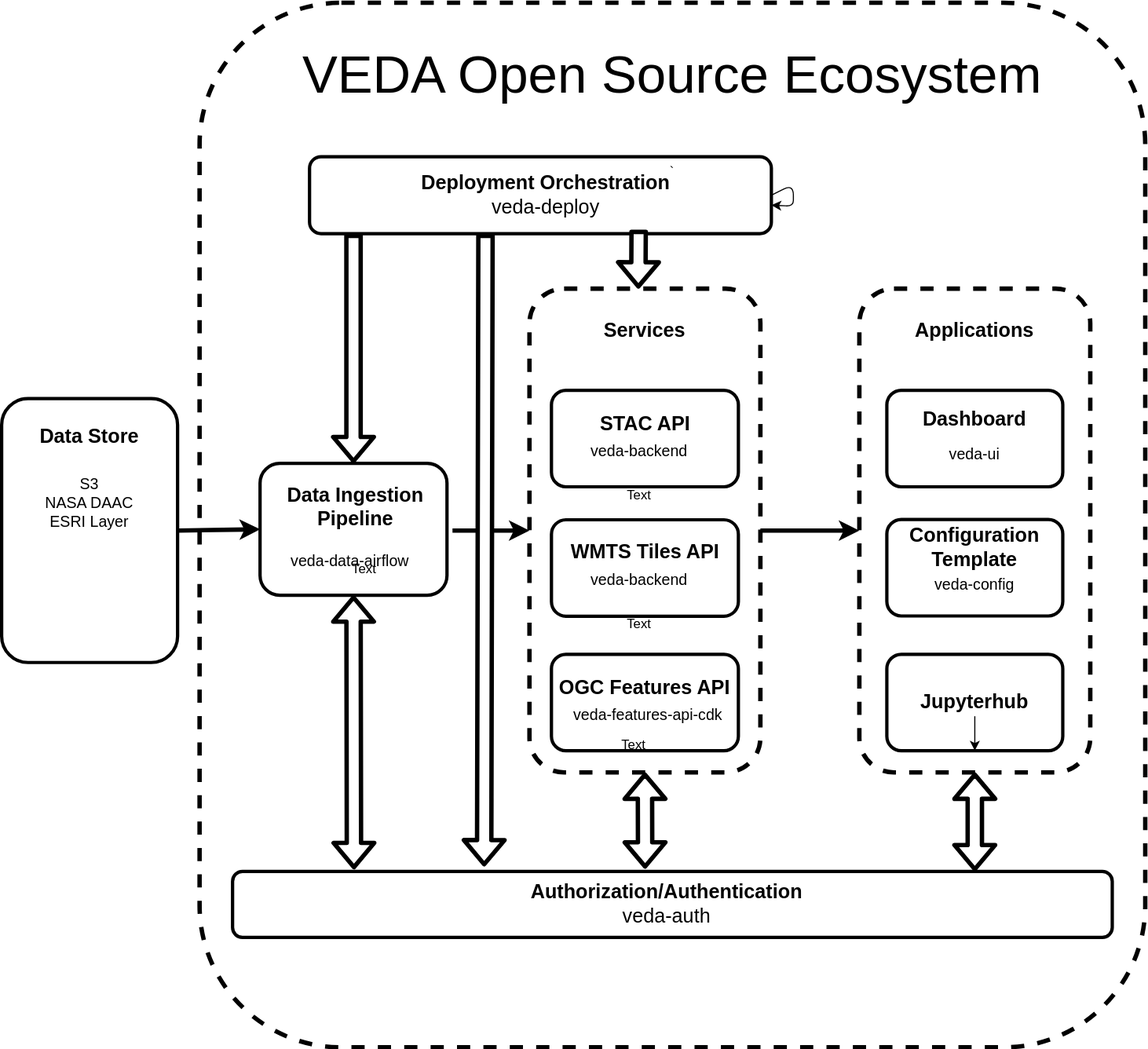
Before: architecture/veda-overview-bw.svg, a diagram exported from draw.io (NASA-IMPACT/veda-docs). Source tidied: cells renumbered, new cells last; positions are measured from the earlier drawing's top-left corner, leaving out a move shared by most shapes.
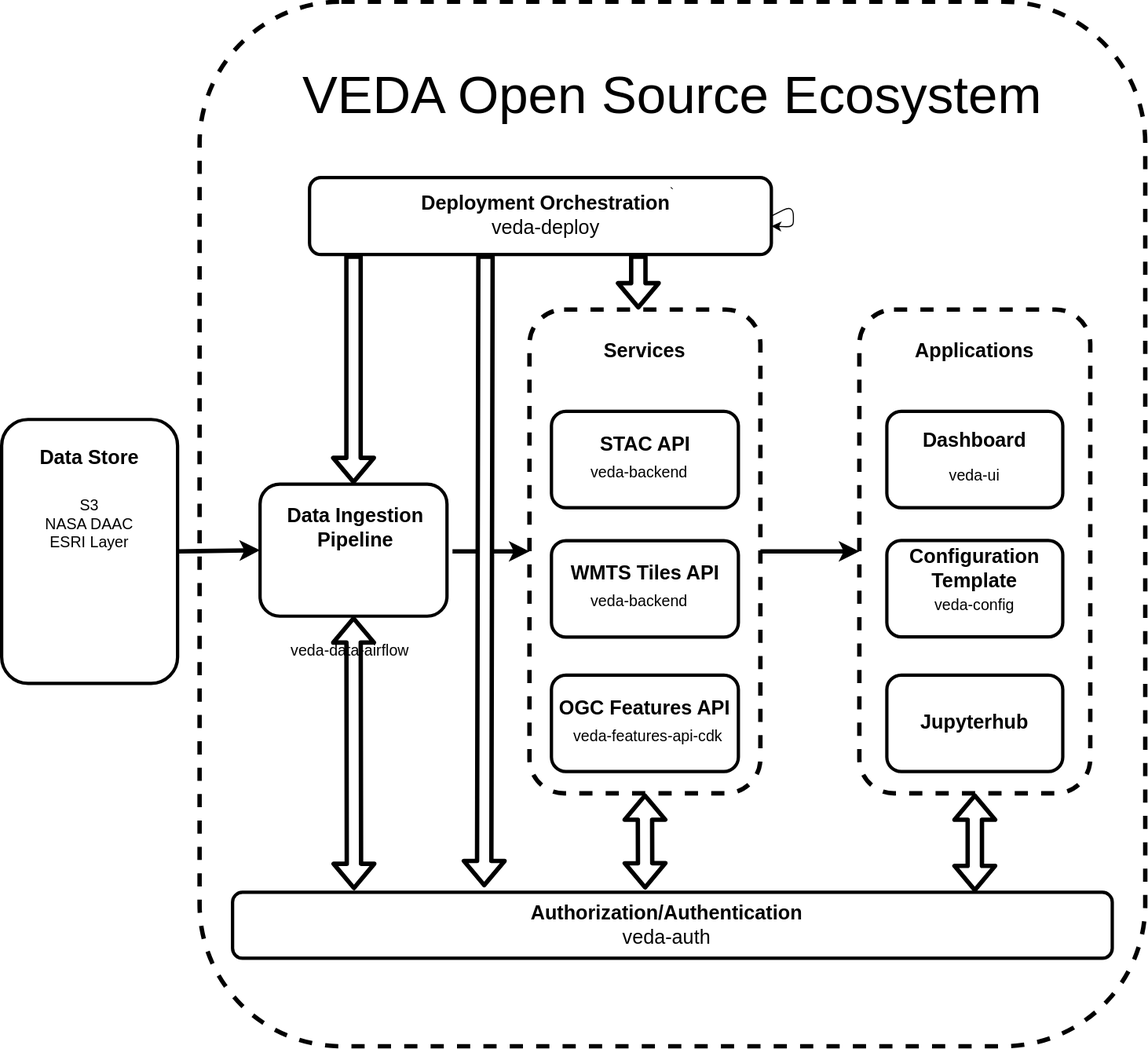
The same file after the commit.

Commit message:
remove stray textboxes

Diff of the diagram source:
```diff
@@ -2,6 +2,12 @@
   <root>
     <mxCell id="0" />
     <mxCell id="1" parent="0" />
+    <mxCell id="12" style="rounded=1;whiteSpace=wrap;html=1;fillColor=none;strokeWidth=3;strokeColor=#000000;" parent="1" vertex="1">
+      <mxGeometry x="235" y="418.9" width="170" height="120" as="geometry" />
+    </mxCell>
+    <mxCell id="51" style="rounded=1;whiteSpace=wrap;html=1;dashed=1;strokeColor=#000000;strokeWidth=4;fontSize=16;fillColor=none;" parent="1" vertex="1">
+      <mxGeometry x="180" y="-20" width="860" height="950" as="geometry" />
+    </mxCell>
     <mxCell id="2" style="rounded=1;whiteSpace=wrap;html=1;dashed=1;fontSize=14;fillColor=none;strokeColor=#000000;strokeWidth=4;" parent="1" vertex="1">
       <mxGeometry x="480" y="260" width="210" height="440" as="geometry" />
     </mxCell>
@@ -14,9 +20,6 @@
     <mxCell id="5" value="&lt;font color=&quot;#000000&quot; style=&quot;font-size: 18px;&quot;&gt;Authorization/Authentication&lt;br&gt;&lt;span style=&quot;font-weight: normal;&quot;&gt;veda-auth&lt;/span&gt;&lt;/font&gt;" style="text;html=1;strokeColor=none;fillColor=none;align=center;verticalAlign=middle;whiteSpace=wrap;rounded=0;strokeWidth=3;fontSize=14;fontStyle=1;" parent="3" vertex="1">
       <mxGeometry x="-120" y="15" width="789.9" height="30" as="geometry" />
     </mxCell>
-    <mxCell id="6" value="Text" style="text;html=1;strokeColor=none;fillColor=none;align=center;verticalAlign=middle;whiteSpace=wrap;rounded=0;" parent="1" vertex="1">
-      <mxGeometry x="300" y="500" width="60" height="30" as="geometry" />
-    </mxCell>
     <mxCell id="7" value="&lt;font color=&quot;#000000&quot; style=&quot;font-size: 18px;&quot;&gt;Services&lt;/font&gt;" style="text;html=1;strokeColor=none;fillColor=none;align=center;verticalAlign=middle;whiteSpace=wrap;rounded=0;strokeWidth=21;fontSize=18;fontStyle=1;" parent="1" vertex="1">
       <mxGeometry x="500" y="275.8" width="170" height="44.4" as="geometry" />
     </mxCell>
@@ -32,18 +35,12 @@
     <mxCell id="11" value="&lt;font color=&quot;#000000&quot; style=&quot;font-size: 14px;&quot;&gt;S3&lt;br&gt;NASA DAAC&lt;br&gt;ESRI Layer&lt;br&gt;&lt;/font&gt;" style="text;html=1;strokeColor=none;fillColor=none;align=center;verticalAlign=middle;whiteSpace=wrap;rounded=0;strokeWidth=3;fontSize=14;" parent="8" vertex="1">
       <mxGeometry x="20" y="80" width="120" height="30" as="geometry" />
     </mxCell>
-    <mxCell id="12" style="rounded=1;whiteSpace=wrap;html=1;fillColor=none;strokeWidth=3;strokeColor=#000000;" parent="1" vertex="1">
-      <mxGeometry x="235" y="418.9" width="170" height="120" as="geometry" />
-    </mxCell>
     <mxCell id="13" value="&lt;font color=&quot;#000000&quot; style=&quot;font-size: 18px;&quot;&gt;Data Ingestion Pipeline&lt;/font&gt;" style="text;html=1;strokeColor=none;fillColor=none;align=center;verticalAlign=middle;whiteSpace=wrap;rounded=0;strokeWidth=3;fontSize=14;fontStyle=1;" parent="1" vertex="1">
       <mxGeometry x="240" y="446.1" width="164.4" height="25" as="geometry" />
     </mxCell>
     <mxCell id="14" value="&lt;font color=&quot;#000000&quot; style=&quot;font-size: 14px;&quot;&gt;veda-data-airflow&lt;br&gt;&lt;/font&gt;" style="text;html=1;strokeColor=none;fillColor=none;align=center;verticalAlign=middle;whiteSpace=wrap;rounded=0;strokeWidth=3;fontSize=14;" parent="1" vertex="1">
-      <mxGeometry x="240" y="500.8" width="153.8" height="15" as="geometry" />
+      <mxGeometry x="240" y="562" width="153.8" height="15" as="geometry" />
     </mxCell>
-    <mxCell id="15" value="Text" style="text;html=1;strokeColor=none;fillColor=none;align=center;verticalAlign=middle;whiteSpace=wrap;rounded=0;" parent="1" vertex="1">
-      <mxGeometry x="550" y="432.5" width="60" height="30" as="geometry" />
-    </mxCell>
     <mxCell id="16" style="rounded=1;whiteSpace=wrap;html=1;fillColor=none;strokeWidth=3;strokeColor=#000000;" parent="1" vertex="1">
       <mxGeometry x="500" y="352.5" width="170" height="87.7" as="geometry" />
     </mxCell>
@@ -53,9 +50,6 @@
     <mxCell id="18" value="&lt;font color=&quot;#000000&quot; style=&quot;font-size: 14px;&quot;&gt;veda-backend&lt;br&gt;&lt;/font&gt;" style="text;html=1;strokeColor=none;fillColor=none;align=center;verticalAlign=middle;whiteSpace=wrap;rounded=0;strokeWidth=3;fontSize=14;" parent="1" vertex="1">
       <mxGeometry x="515.6" y="400.2" width="127.5" height="15" as="geometry" />
     </mxCell>
-    <mxCell id="19" value="Text" style="text;html=1;strokeColor=none;fillColor=none;align=center;verticalAlign=middle;whiteSpace=wrap;rounded=0;" parent="1" vertex="1">
-      <mxGeometry x="550" y="550.2" width="60" height="30" as="geometry" />
-    </mxCell>
     <mxCell id="20" style="rounded=1;whiteSpace=wrap;html=1;fillColor=none;strokeWidth=3;strokeColor=#000000;" parent="1" vertex="1">
       <mxGeometry x="500" y="470.2" width="170" height="87.7" as="geometry" />
     </mxCell>
@@ -65,9 +59,6 @@
     <mxCell id="22" value="&lt;font color=&quot;#000000&quot; style=&quot;font-size: 14px;&quot;&gt;veda-backend&lt;br&gt;&lt;/font&gt;" style="text;html=1;strokeColor=none;fillColor=none;align=center;verticalAlign=middle;whiteSpace=wrap;rounded=0;strokeWidth=3;fontSize=14;" parent="1" vertex="1">
       <mxGeometry x="515.6" y="517.9" width="127.5" height="15" as="geometry" />
     </mxCell>
-    <mxCell id="23" value="Text" style="text;html=1;strokeColor=none;fillColor=none;align=center;verticalAlign=middle;whiteSpace=wrap;rounded=0;" parent="1" vertex="1">
-      <mxGeometry x="545" y="660.2" width="60" height="30" as="geometry" />
-    </mxCell>
     <mxCell id="24" style="rounded=1;whiteSpace=wrap;html=1;fillColor=none;strokeWidth=3;strokeColor=#000000;" parent="1" vertex="1">
       <mxGeometry x="500" y="592.5" width="170" height="87.7" as="geometry" />
     </mxCell>
@@ -104,9 +95,6 @@
     <mxCell id="35" style="rounded=1;whiteSpace=wrap;html=1;fillColor=none;strokeWidth=3;strokeColor=#000000;" parent="1" vertex="1">
       <mxGeometry x="805" y="592.5" width="160" height="87.7" as="geometry" />
     </mxCell>
-    <mxCell id="36" style="edgeStyle=none;html=1;exitX=0.5;exitY=1;exitDx=0;exitDy=0;fontSize=18;" parent="1" edge="1" source="37" target="35">
-      <mxGeometry relative="1" as="geometry" />
-    </mxCell>
     <mxCell id="37" value="&lt;font color=&quot;#000000&quot; style=&quot;font-size: 18px;&quot;&gt;Jupyterhub&lt;/font&gt;" style="text;html=1;strokeColor=none;fillColor=none;align=center;verticalAlign=middle;whiteSpace=wrap;rounded=0;strokeWidth=3;fontSize=14;fontStyle=1;" parent="1" vertex="1">
       <mxGeometry x="805" y="623.9" width="160" height="25" as="geometry" />
     </mxCell>
@@ -151,7 +139,7 @@
     </mxCell>
     <mxCell id="49" style="shape=flexArrow;endArrow=classic;html=1;strokeColor=#000000;strokeWidth=4;fontSize=18;fillColor=default;" parent="1" edge="1">
       <mxGeometry relative="1" as="geometry">
-        <mxPoint x="579.3" y="206.3" as="sourcePoint" />
+        <mxPoint x="579" y="210" as="sourcePoint" />
         <mxPoint x="579" y="260" as="targetPoint" />
       </mxGeometry>
     </mxCell>
@@ -160,9 +148,6 @@
         <mxPoint x="440" y="210" as="sourcePoint" />
       </mxGeometry>
     </mxCell>
-    <mxCell id="51" style="rounded=1;whiteSpace=wrap;html=1;dashed=1;strokeColor=#000000;strokeWidth=4;fontSize=16;fillColor=none;" parent="1" vertex="1">
-      <mxGeometry x="180" width="860" height="950" as="geometry" />
-    </mxCell>
     <mxCell id="52" value="&lt;font style=&quot;font-size: 48px;&quot; color=&quot;#000000&quot;&gt;VEDA Open Source Ecosystem&lt;/font&gt;" style="text;html=1;strokeColor=none;fillColor=none;align=center;verticalAlign=middle;whiteSpace=wrap;rounded=0;dashed=1;strokeWidth=4;fontSize=16;" parent="1" vertex="1">
       <mxGeometry x="225" y="50" width="770" height="30" as="geometry" />
     </mxCell>
```
